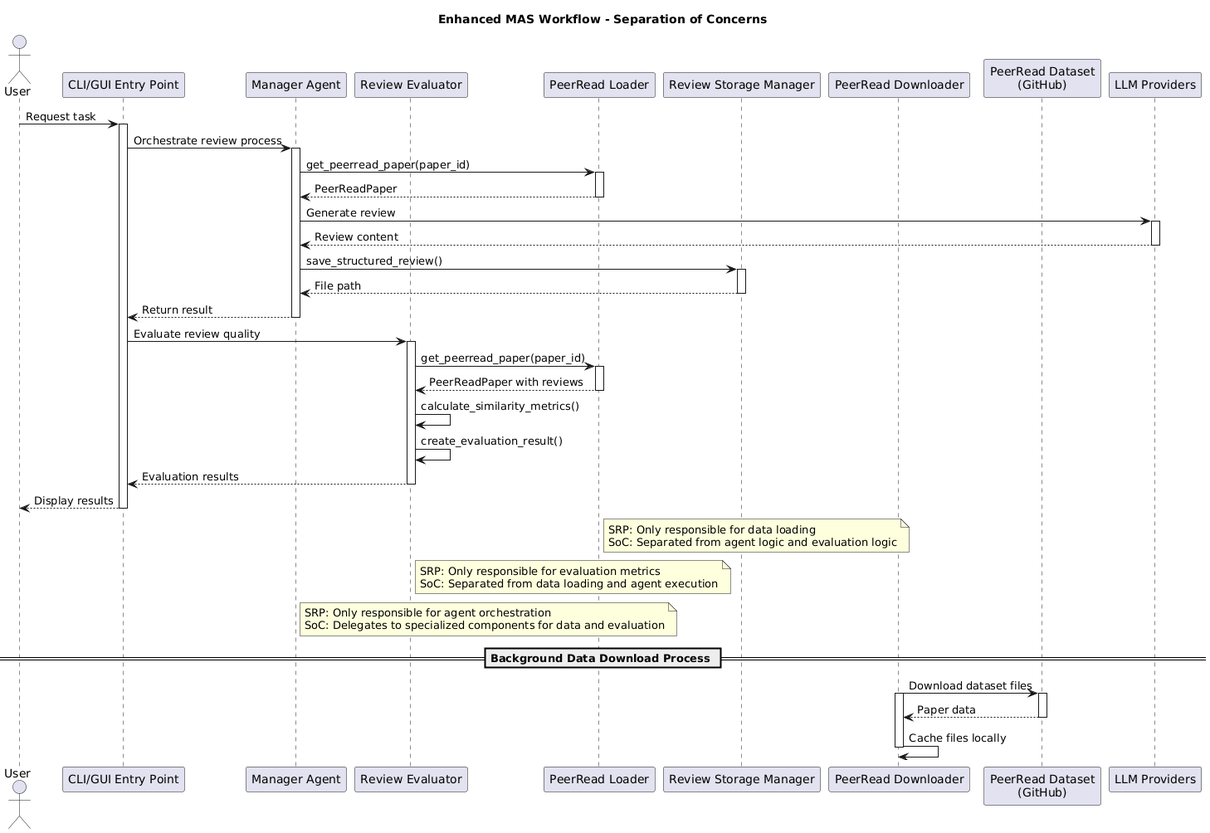
Above: docs/arch_vis/mas-enhanced-workflow-light.png in qte77/Agents-eval (PlantUML), before the change.
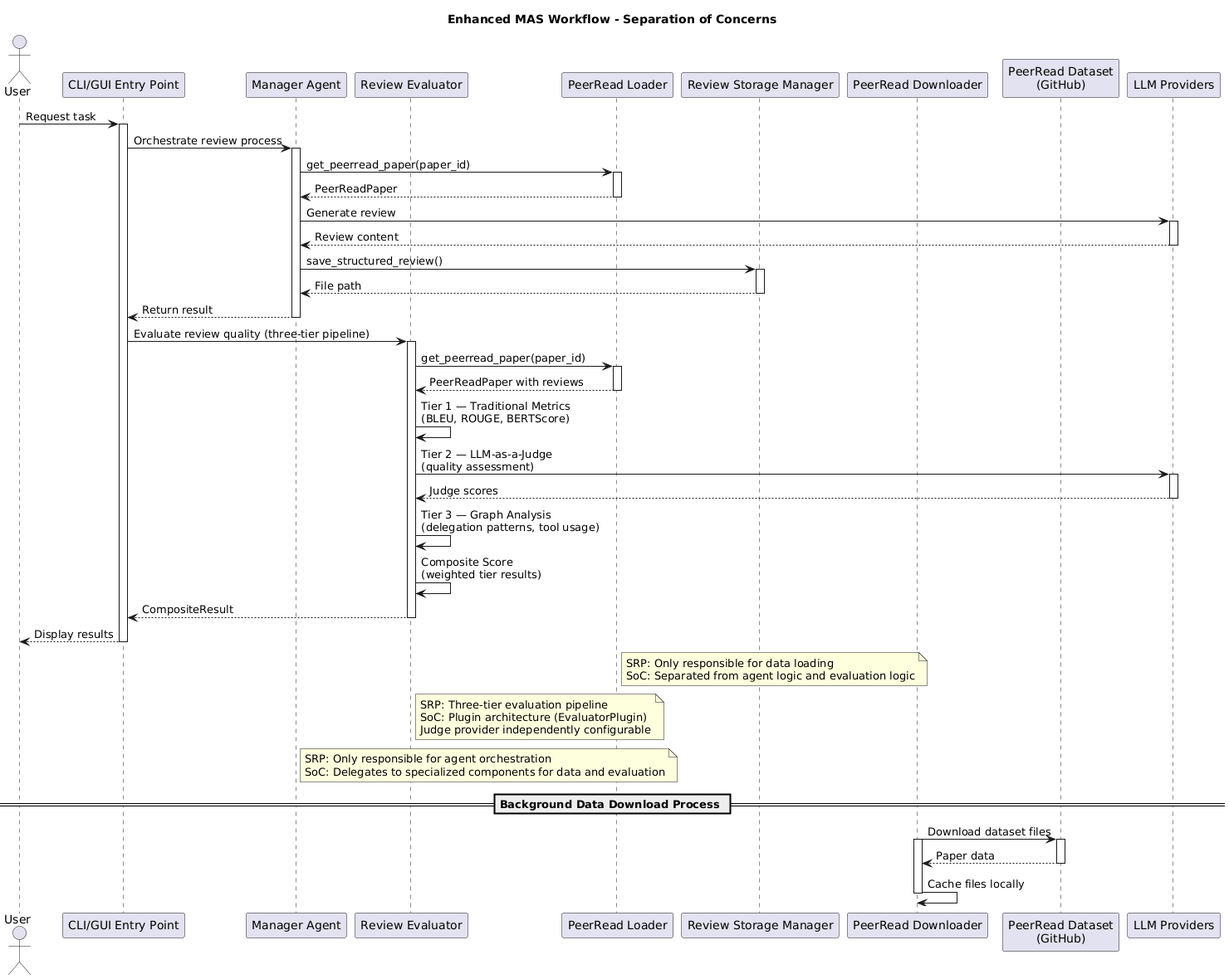
After the commit.

Commit message:
docs(arch_vis): update MAS workflow diagrams and regenerate PNGs

Change to the diagram source:
```diff
@@ -35,7 +35,7 @@
 Manager --> MainApp: Return result
 deactivate Manager
 
-MainApp -> Evaluator: Evaluate review quality
+MainApp -> Evaluator: Evaluate review quality (three-tier pipeline)
 activate Evaluator
 
 Evaluator -> Loader: get_peerread_paper(paper_id)
@@ -43,10 +43,15 @@
 Loader --> Evaluator: PeerReadPaper with reviews
 deactivate Loader
 
-Evaluator -> Evaluator: calculate_similarity_metrics()
-Evaluator -> Evaluator: create_evaluation_result()
+Evaluator -> Evaluator: Tier 1 — Traditional Metrics\n(BLEU, ROUGE, BERTScore)
+Evaluator -> LLM: Tier 2 — LLM-as-a-Judge\n(quality assessment)
+activate LLM
+LLM --> Evaluator: Judge scores
+deactivate LLM
+Evaluator -> Evaluator: Tier 3 — Graph Analysis\n(delegation patterns, tool usage)
+Evaluator -> Evaluator: Composite Score\n(weighted tier results)
 
-Evaluator --> MainApp: Evaluation results
+Evaluator --> MainApp: CompositeResult
 deactivate Evaluator
 
 MainApp --> User: Display results
@@ -58,8 +63,9 @@
 end note
 
 note right of Evaluator
-  SRP: Only responsible for evaluation metrics
-  SoC: Separated from data loading and agent execution
+  SRP: Three-tier evaluation pipeline
+  SoC: Plugin architecture (EvaluatorPlugin)
+  Judge provider independently configurable
 end note
 
 note right of Manager
```
